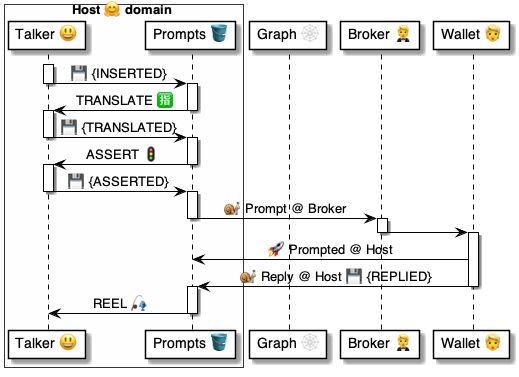
This is 4 ⚙️ Solution/41 🎭 Domain Roles/Hosts 🤗/🤗🪣 Host tables/Prompts 🤔 table/🪣 Prompts/🤗 Host.Prompts ⚙️ uml.png from pollyweb-org/pollyweb-docs, a PlantUML export, as it was before one commit. Its source is kept beside it as 4 ⚙️ Solution/41 🎭 Domain Roles/Hosts 🤗/🤗🪣 Host tables/Prompts 🤔 table/🪣 Prompts/🤗 Host.Prompts ⚙️ uml.puml.
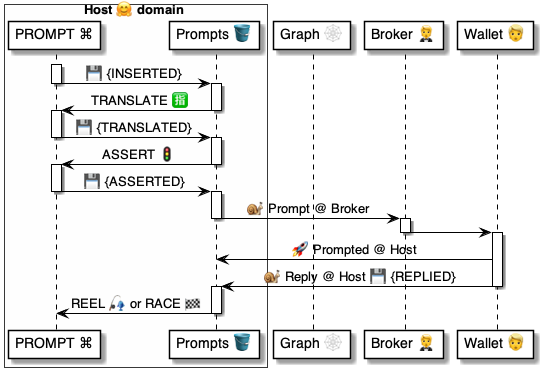
Above is the later version.

Change to the diagram source:
```diff
@@ -1,7 +1,7 @@
 @startuml Host.Prompts.Prompt
 
 box Host 🤗 domain #FFFFFD
-    participant "Talker 😃" as PROMPT
+    participant "PROMPT ⌘" as PROMPT
     participant "Prompts 🪣" as prompts
 end box
 participant "Graph 🕸" as graph
@@ -43,7 +43,7 @@
 deactivate wallet
 
 activate prompts
-    prompts -> PROMPT: REEL 🎣
+    prompts -> PROMPT: REEL 🎣 or RACE 🏁
 deactivate prompts
 
 
```
